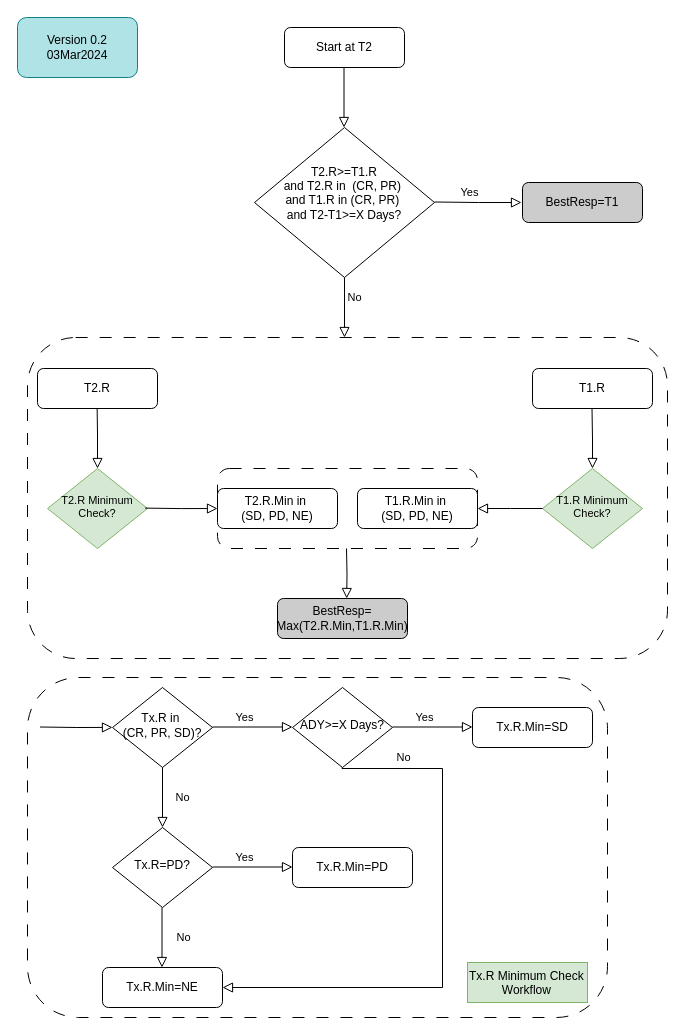
Earlier version of the draw.io diagram RECIST1.1_BOR_Neighboring_Response.drawio (Oliver-Freeman/Temporary1). Source tidied: cells renumbered, new cells numbered last; positions are measured from the earlier drawing's top-left corner, leaving out a move shared by most shapes. Both pictures are drawn from the tidied source at 100%, with x=0, y=0 at pixel (17, 17).
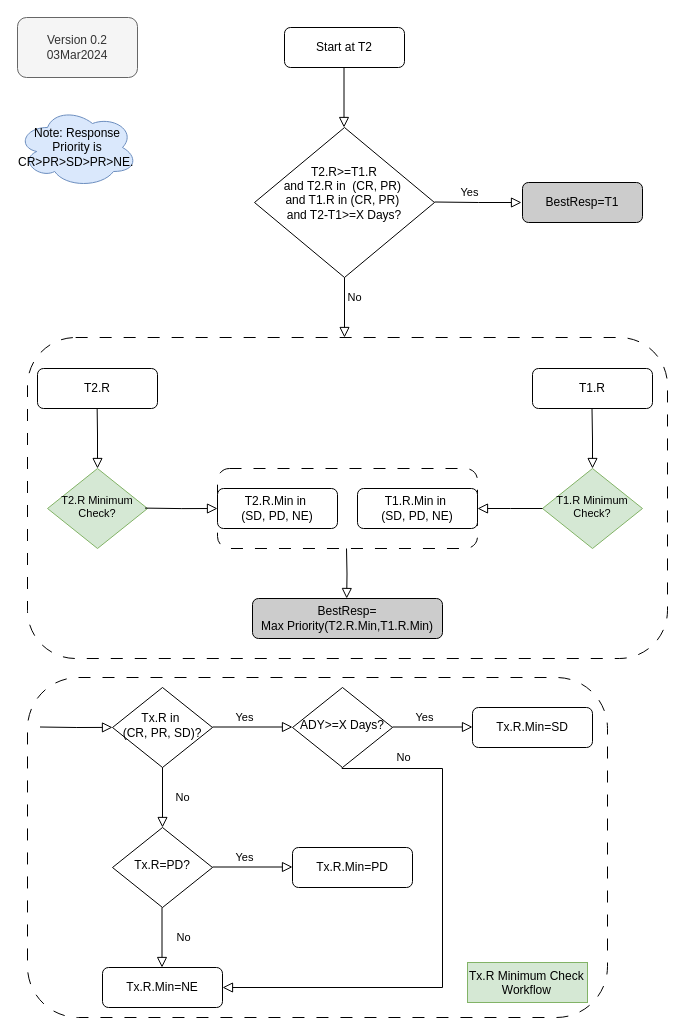
The same diagram, later.

Unchanged cells that the change refers to:
```xml
<mxCell id="3" style="group;" parent="1" vertex="1">
  <mxGeometry x="10" y="10" width="640" height="631" as="geometry" />
</mxCell>
```

Diff of the diagram source:
```diff
@@
-    <mxCell id="2" value="Version 0.2&lt;div&gt;03Mar2024&lt;/div&gt;" style="rounded=1;whiteSpace=wrap;html=1;fillColor=#b0e3e6;strokeColor=#0e8088;" parent="1" vertex="1">
-      <mxGeometry width="120" height="60" as="geometry" />
-    </mxCell>
@@
-    <mxCell id="13" value="BestResp=&lt;div&gt;Max(T2.R.Min,T1.R&lt;span style=&quot;background-color: initial;&quot;&gt;.Min&lt;/span&gt;&lt;span style=&quot;background-color: initial;&quot;&gt;)&lt;/span&gt;&lt;/div&gt;" style="rounded=1;whiteSpace=wrap;html=1;fontSize=12;glass=0;strokeWidth=1;shadow=0;fillStyle=auto;fillColor=#CCCCCC;" parent="3" vertex="1">
-      <mxGeometry x="250" y="571" width="130" height="40" as="geometry" />
+    <mxCell id="13" value="BestResp=&lt;div&gt;Max Priority(T2.R.Min,T1.R&lt;span style=&quot;background-color: initial;&quot;&gt;.Min&lt;/span&gt;&lt;span style=&quot;background-color: initial;&quot;&gt;)&lt;/span&gt;&lt;/div&gt;" style="rounded=1;whiteSpace=wrap;html=1;fontSize=12;glass=0;strokeWidth=1;shadow=0;fillStyle=auto;fillColor=#CCCCCC;" parent="3" vertex="1">
+      <mxGeometry x="225" y="571" width="190" height="40" as="geometry" />
     </mxCell>
@@
     <mxCell id="19" style="group;" parent="3" vertex="1">
-      <mxGeometry x="227" width="388" height="310" as="geometry" />
+      <mxGeometry x="227" width="403" height="310" as="geometry" />
     </mxCell>
@@
+    <mxCell id="42" value="&lt;span style=&quot;text-align: left;&quot;&gt;Note:&amp;nbsp;&lt;/span&gt;&lt;span style=&quot;text-align: left; background-color: initial;&quot;&gt;Response Priority is&lt;/span&gt;&lt;div style=&quot;text-align: left;&quot;&gt;CR&amp;gt;PR&amp;gt;SD&amp;gt;PR&amp;gt;NE.&lt;/div&gt;" style="ellipse;shape=cloud;whiteSpace=wrap;html=1;fillColor=#dae8fc;strokeColor=#6c8ebf;" parent="3" vertex="1">
+      <mxGeometry x="-10" y="80" width="120" height="80" as="geometry" />
+    </mxCell>
+    <mxCell id="2" value="Version 0.2&lt;div&gt;03Mar2024&lt;/div&gt;" style="rounded=1;whiteSpace=wrap;html=1;fillColor=#f5f5f5;fontColor=#333333;strokeColor=#666666;" parent="1" vertex="1">
+      <mxGeometry width="120" height="60" as="geometry" />
+    </mxCell>
```
